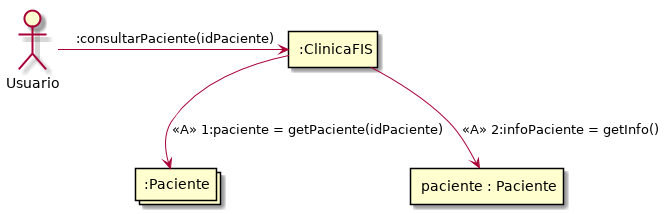
The PlantUML diagram P4/infoPaciente.png in Ludvins/DGIIM_FIS, before a commit.
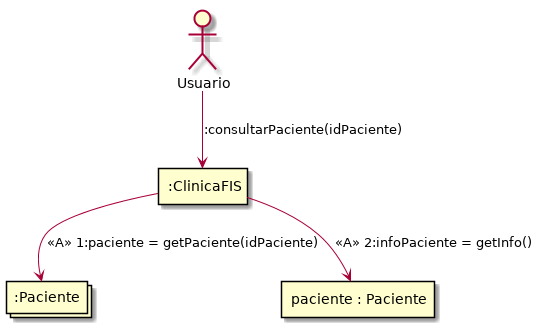
Above is the later version.

Change to the diagram source:
```diff
@@ -12,7 +12,7 @@
 
 
 
-U -> CLI : :consultarPaciente(idPaciente)
+U -down-> CLI : :consultarPaciente(idPaciente)
 CLI --> P : <<A>> 1:paciente = getPaciente(idPaciente)
 CLI --> pac : <<A>> 2:infoPaciente = getInfo()
 
```
